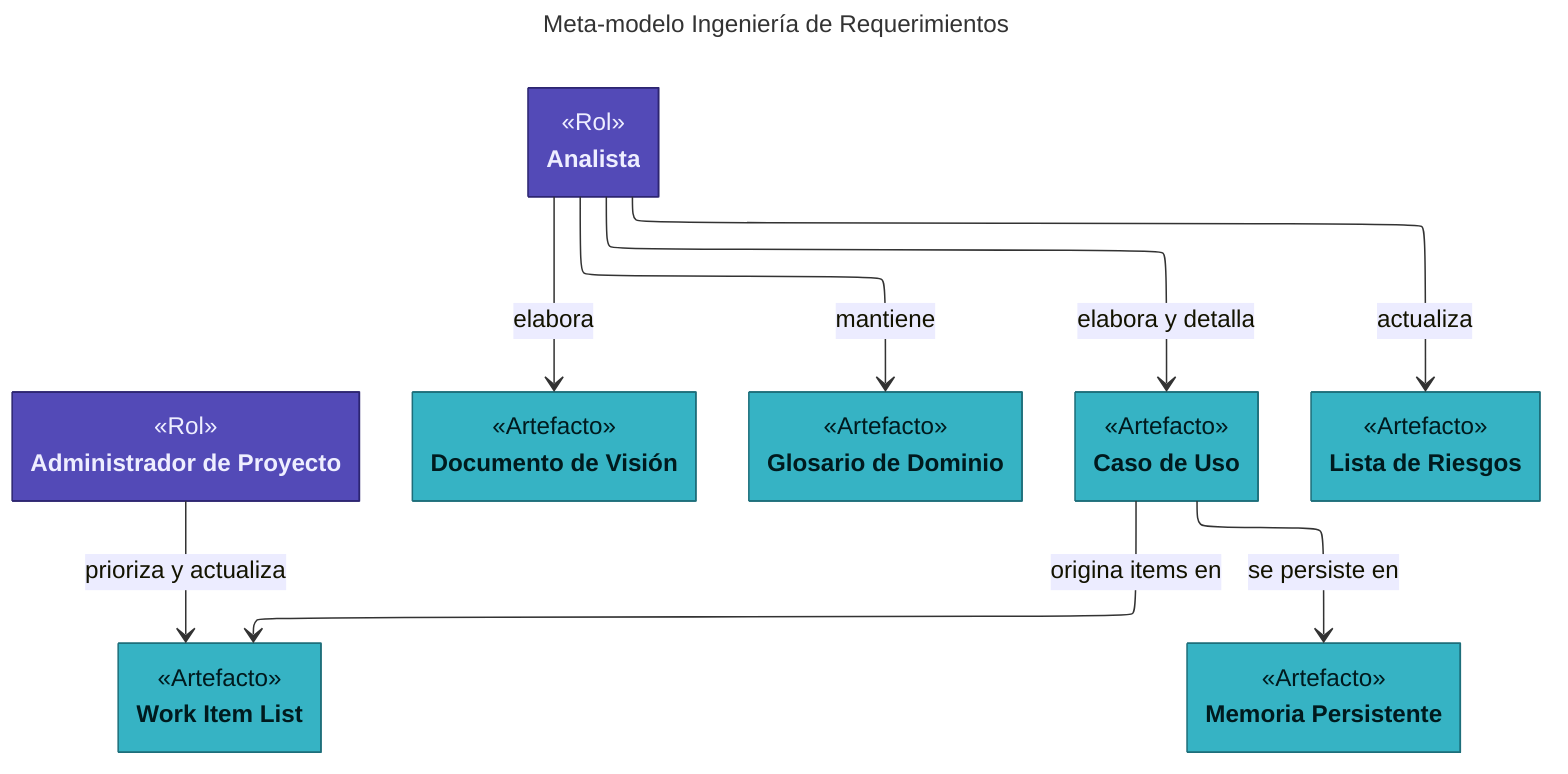
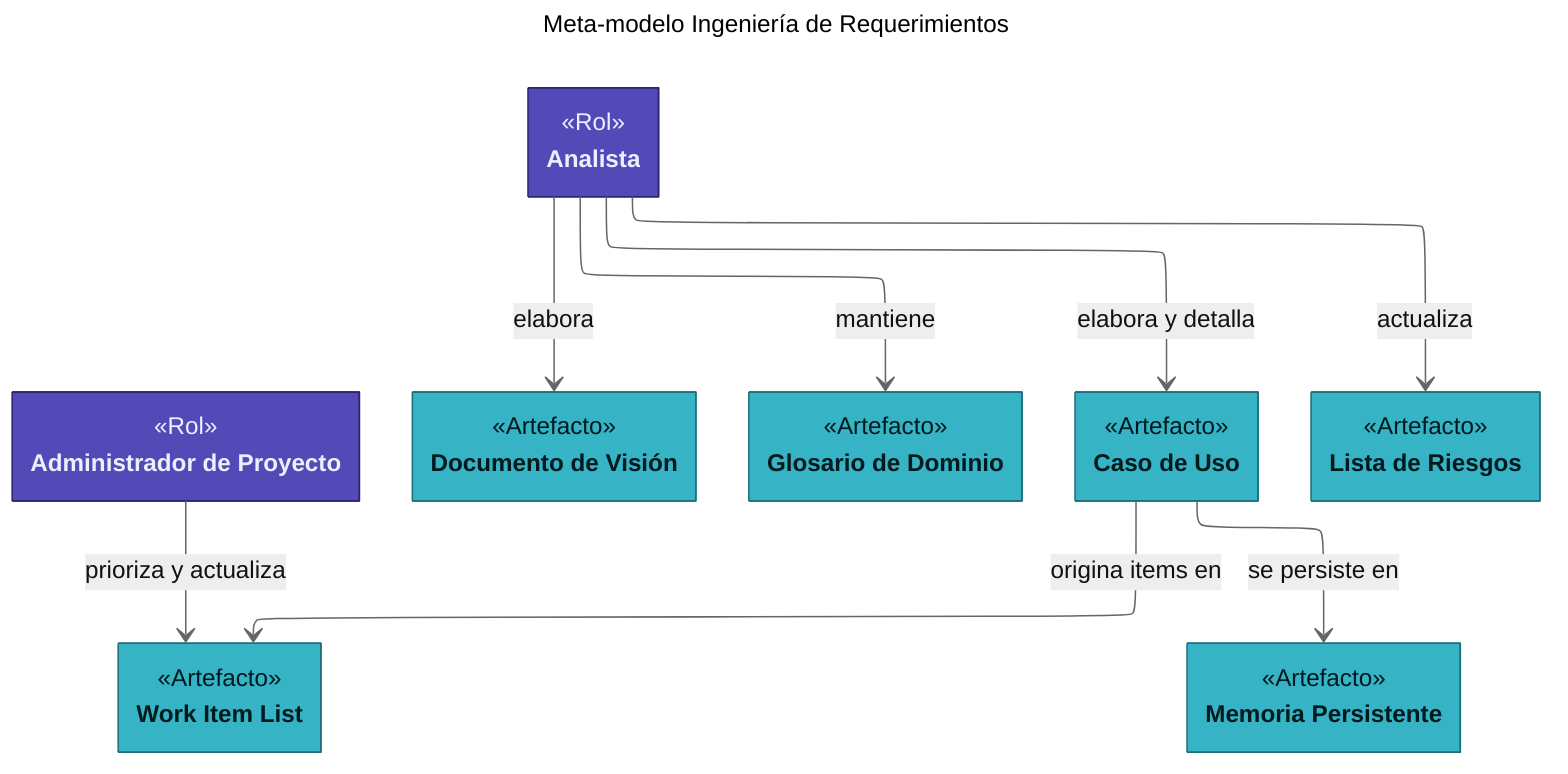
---
+ config:
+   layout: elk
+   class:
+     hideEmptyMembersBox: true
+   theme: neutral
title: Meta-modelo Ingeniería de Requerimientos
- config:
-     layout: elk
-     class:
-         hideEmptyMembersBox: true
---
- 
classDiagram
class Analista["Analista"]:::rol {
    <<Rol>>
}

class AdministradorProyecto["Administrador de Proyecto"]:::rol {
    <<Rol>>
}

class DocumentoDeVision["Documento de Visión"]:::artefacto {
    <<Artefacto>>
}

class GlosarioDominio["Glosario de Dominio"]:::artefacto {
    <<Artefacto>>
}

class CasoDeUso["Caso de Uso"]:::artefacto {
    <<Artefacto>>
}

class ListaDeRiesgos["Lista de Riesgos"]:::artefacto {
    <<Artefacto>>
}

class WorkItemList["Work Item List"]:::artefacto {
    <<Artefacto>>
}

class MemoriaPersistente["Memoria Persistente"]:::artefacto {
    <<Artefacto>>
}

- %% === RELACIONES ===
- 
Analista --> DocumentoDeVision       : elabora
Analista --> GlosarioDominio         : mantiene
Analista --> CasoDeUso               : elabora y detalla
Analista --> ListaDeRiesgos          : actualiza

AdministradorProyecto --> WorkItemList      : prioriza y actualiza

CasoDeUso --> WorkItemList           : origina items en
CasoDeUso --> MemoriaPersistente     : se persiste en

classDef proceso fill:#3d3d3a,stroke:#2C2C2A,color:#F1EFE8
classDef fase fill:#c4a336,stroke:#8a6f1f,color:#1a1400
classDef disciplina fill:#c47b36,stroke:#7a4a1d,color:#1a0f00
classDef evento fill:#a45be9,stroke:#6a2fa8,color:#1a0033
classDef rol fill:#534AB7,stroke:#2c2570,color:#eeeeff
classDef artefacto fill:#36b3c4,stroke:#1d6e7a,color:#001a1e